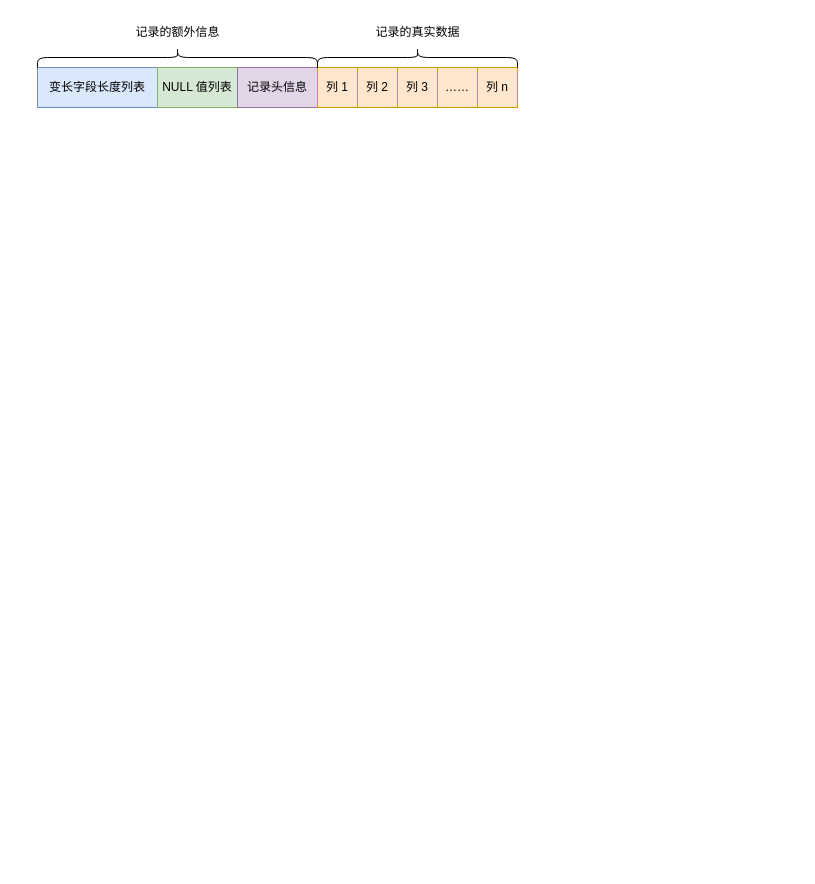
This is InnoDB 的 COMPACT 行格式/InnoDB 的 COMPACT 行格式.drawio from zero-97/picture-of-the-article, a draw.io file, before an edit. Source tidied: cells renumbered, new cells numbered last; positions are measured from the earlier drawing's top-left corner, leaving out a move shared by most shapes. Both pictures are drawn from the tidied source at 100%, with x=0, y=0 at pixel (37, -83).
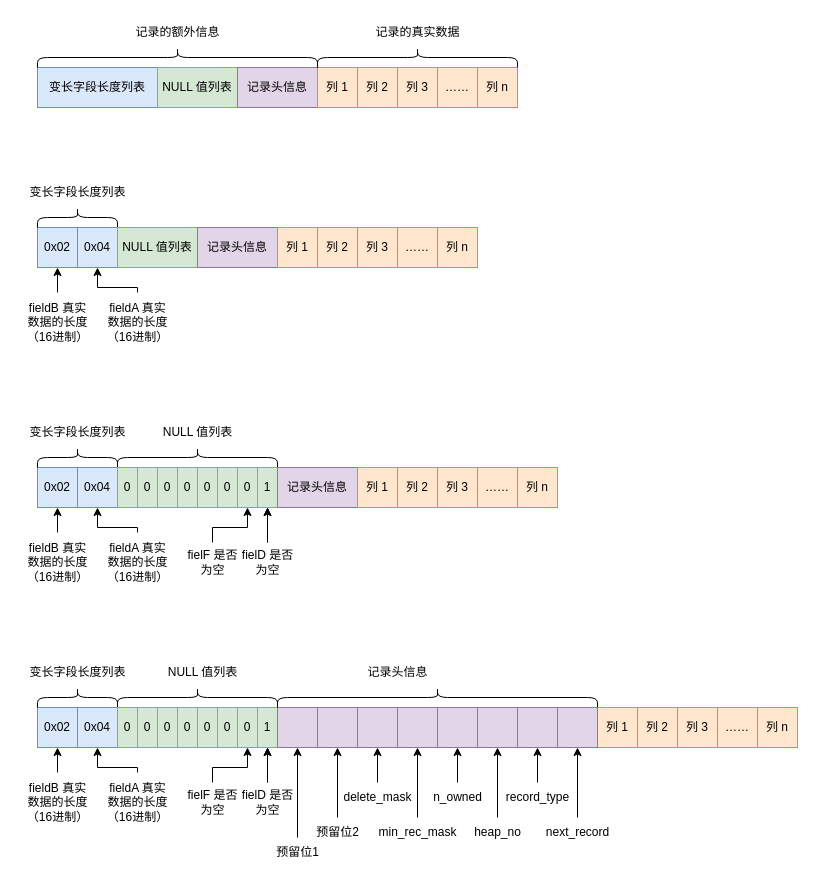
Above is the later version.

The edit, as a diff of the source:
```diff
@@
+    <mxCell id="14" value="0x02" style="rounded=0;whiteSpace=wrap;html=1;fillColor=#dae8fc;strokeColor=#6c8ebf;" parent="1" vertex="1">
+      <mxGeometry y="550" width="40" height="40" as="geometry" />
+    </mxCell>
+    <mxCell id="15" value="0x04" style="rounded=0;whiteSpace=wrap;html=1;fillColor=#dae8fc;strokeColor=#6c8ebf;" parent="1" vertex="1">
+      <mxGeometry x="40" y="550" width="40" height="40" as="geometry" />
+    </mxCell>
+    <mxCell id="16" style="shape=curlyBracket;whiteSpace=wrap;html=1;rounded=1;rotation=90;" parent="1" vertex="1">
+      <mxGeometry x="30" y="500" width="20" height="80" as="geometry" />
+    </mxCell>
+    <mxCell id="17" value="&lt;span style=&quot;&quot;&gt;变长字段长度列表&lt;/span&gt;" style="text;html=1;align=center;verticalAlign=middle;strokeColor=none;fillColor=none;" parent="1" vertex="1">
+      <mxGeometry x="-20" y="500" width="120" height="30" as="geometry" />
+    </mxCell>
+    <mxCell id="18" value="&lt;span style=&quot;&quot;&gt;NULL 值列表&lt;/span&gt;" style="text;html=1;align=center;verticalAlign=middle;strokeColor=none;fillColor=none;" parent="1" vertex="1">
+      <mxGeometry x="115" y="500" width="90" height="30" as="geometry" />
+    </mxCell>
+    <mxCell id="19" style="shape=curlyBracket;whiteSpace=wrap;html=1;rounded=1;rotation=90;" parent="1" vertex="1">
+      <mxGeometry x="150" y="460" width="20" height="160" as="geometry" />
+    </mxCell>
+    <mxCell id="20" value="0" style="rounded=0;whiteSpace=wrap;html=1;fillColor=#d5e8d4;strokeColor=#82b366;" parent="1" vertex="1">
+      <mxGeometry x="80" y="550" width="20" height="40" as="geometry" />
+    </mxCell>
+    <mxCell id="21" value="0" style="rounded=0;whiteSpace=wrap;html=1;fillColor=#d5e8d4;strokeColor=#82b366;" parent="1" vertex="1">
+      <mxGeometry x="100" y="550" width="20" height="40" as="geometry" />
+    </mxCell>
+    <mxCell id="22" value="0" style="rounded=0;whiteSpace=wrap;html=1;fillColor=#d5e8d4;strokeColor=#82b366;" parent="1" vertex="1">
+      <mxGeometry x="120" y="550" width="20" height="40" as="geometry" />
+    </mxCell>
+    <mxCell id="23" value="0" style="rounded=0;whiteSpace=wrap;html=1;fillColor=#d5e8d4;strokeColor=#82b366;" parent="1" vertex="1">
+      <mxGeometry x="140" y="550" width="20" height="40" as="geometry" />
+    </mxCell>
+    <mxCell id="24" value="0" style="rounded=0;whiteSpace=wrap;html=1;fillColor=#d5e8d4;strokeColor=#82b366;" parent="1" vertex="1">
+      <mxGeometry x="160" y="550" width="20" height="40" as="geometry" />
+    </mxCell>
+    <mxCell id="25" value="0" style="rounded=0;whiteSpace=wrap;html=1;fillColor=#d5e8d4;strokeColor=#82b366;" parent="1" vertex="1">
+      <mxGeometry x="180" y="550" width="20" height="40" as="geometry" />
+    </mxCell>
+    <mxCell id="26" value="0" style="rounded=0;whiteSpace=wrap;html=1;fillColor=#d5e8d4;strokeColor=#82b366;" parent="1" vertex="1">
+      <mxGeometry x="200" y="550" width="20" height="40" as="geometry" />
+    </mxCell>
+    <mxCell id="27" value="1" style="rounded=0;whiteSpace=wrap;html=1;fillColor=#d5e8d4;strokeColor=#82b366;" parent="1" vertex="1">
+      <mxGeometry x="220" y="550" width="20" height="40" as="geometry" />
+    </mxCell>
+    <mxCell id="28" style="edgeStyle=orthogonalEdgeStyle;rounded=0;jettySize=auto;html=1;" parent="1" edge="1" source="30" target="27">
+      <mxGeometry relative="1" as="geometry" />
+    </mxCell>
+    <mxCell id="29" style="edgeStyle=orthogonalEdgeStyle;rounded=0;jettySize=auto;html=1;" parent="1" edge="1" source="30" target="27">
+      <mxGeometry relative="1" as="geometry" />
+    </mxCell>
+    <mxCell id="30" value="fielD 是否&lt;br&gt;为空" style="text;html=1;align=center;verticalAlign=middle;points=[];strokeColor=none;fillColor=none;" parent="1" vertex="1">
+      <mxGeometry x="195" y="625" width="70" height="40" as="geometry" />
+    </mxCell>
+    <mxCell id="31" style="edgeStyle=orthogonalEdgeStyle;rounded=0;jettySize=auto;html=1;" parent="1" edge="1" source="32" target="26">
+      <mxGeometry relative="1" as="geometry">
+        <Array as="points">
+          <mxPoint x="175" y="610" />
+          <mxPoint x="210" y="610" />
+        </Array>
+      </mxGeometry>
+    </mxCell>
+    <mxCell id="32" value="fielF 是否&lt;br&gt;为空" style="text;html=1;align=center;verticalAlign=middle;points=[];strokeColor=none;fillColor=none;" parent="1" vertex="1">
+      <mxGeometry x="140" y="625" width="70" height="40" as="geometry" />
+    </mxCell>
+    <mxCell id="33" value="记录头信息" style="rounded=0;whiteSpace=wrap;html=1;fillColor=#e1d5e7;strokeColor=#9673a6;" parent="1" vertex="1">
+      <mxGeometry x="240" y="550" width="80" height="40" as="geometry" />
+    </mxCell>
+    <mxCell id="34" value="列 1" style="rounded=0;whiteSpace=wrap;html=1;fillColor=#ffe6cc;strokeColor=#d79b00;" parent="1" vertex="1">
+      <mxGeometry x="320" y="550" width="40" height="40" as="geometry" />
+    </mxCell>
+    <mxCell id="35" value="列 2" style="rounded=0;whiteSpace=wrap;html=1;fillColor=#ffe6cc;strokeColor=#d79b00;" parent="1" vertex="1">
+      <mxGeometry x="360" y="550" width="40" height="40" as="geometry" />
+    </mxCell>
+    <mxCell id="36" value="列 3" style="rounded=0;whiteSpace=wrap;html=1;fillColor=#ffe6cc;strokeColor=#d79b00;" parent="1" vertex="1">
+      <mxGeometry x="400" y="550" width="40" height="40" as="geometry" />
+    </mxCell>
+    <mxCell id="37" value="……" style="rounded=0;whiteSpace=wrap;html=1;fillColor=#ffe6cc;strokeColor=#d79b00;" parent="1" vertex="1">
+      <mxGeometry x="440" y="550" width="40" height="40" as="geometry" />
+    </mxCell>
+    <mxCell id="38" value="列 n" style="rounded=0;whiteSpace=wrap;html=1;fillColor=#ffe6cc;strokeColor=#d79b00;" parent="1" vertex="1">
+      <mxGeometry x="480" y="550" width="40" height="40" as="geometry" />
+    </mxCell>
+    <mxCell id="39" style="edgeStyle=orthogonalEdgeStyle;rounded=0;jettySize=auto;html=1;entryX=0.5;entryY=1;entryDx=0;entryDy=0;" parent="1" edge="1" source="40" target="15">
+      <mxGeometry relative="1" as="geometry">
+        <Array as="points">
+          <mxPoint x="100" y="610" />
+          <mxPoint x="60" y="610" />
+        </Array>
+      </mxGeometry>
+    </mxCell>
+    <mxCell id="40" value="&lt;span style=&quot;&quot;&gt;fieldA 真实&lt;br&gt;数据的长度&lt;br&gt;（16进制）&lt;br&gt;&lt;/span&gt;" style="text;html=1;align=center;verticalAlign=middle;points=[];strokeColor=none;fillColor=none;" parent="1" vertex="1">
+      <mxGeometry x="60" y="615" width="80" height="60" as="geometry" />
+    </mxCell>
+    <mxCell id="41" style="edgeStyle=orthogonalEdgeStyle;rounded=0;jettySize=auto;html=1;entryX=0.5;entryY=1;entryDx=0;entryDy=0;" parent="1" edge="1" source="42" target="14">
+      <mxGeometry relative="1" as="geometry" />
+    </mxCell>
+    <mxCell id="42" value="&lt;span style=&quot;&quot;&gt;fieldB 真实&lt;br&gt;数据的长度&lt;br&gt;（16进制）&lt;br&gt;&lt;/span&gt;" style="text;html=1;align=center;verticalAlign=middle;points=[];strokeColor=none;fillColor=none;" parent="1" vertex="1">
+      <mxGeometry x="-20" y="615" width="80" height="60" as="geometry" />
+    </mxCell>
+    <mxCell id="43" value="0x02" style="rounded=0;whiteSpace=wrap;html=1;fillColor=#dae8fc;strokeColor=#6c8ebf;" parent="1" vertex="1">
+      <mxGeometry y="310" width="40" height="40" as="geometry" />
+    </mxCell>
+    <mxCell id="44" value="0x04" style="rounded=0;whiteSpace=wrap;html=1;fillColor=#dae8fc;strokeColor=#6c8ebf;" parent="1" vertex="1">
+      <mxGeometry x="40" y="310" width="40" height="40" as="geometry" />
+    </mxCell>
+    <mxCell id="45" style="shape=curlyBracket;whiteSpace=wrap;html=1;rounded=1;rotation=90;" parent="1" vertex="1">
+      <mxGeometry x="30" y="260" width="20" height="80" as="geometry" />
+    </mxCell>
+    <mxCell id="46" value="&lt;span style=&quot;&quot;&gt;变长字段长度列表&lt;/span&gt;" style="text;html=1;align=center;verticalAlign=middle;strokeColor=none;fillColor=none;" parent="1" vertex="1">
+      <mxGeometry x="-20" y="260" width="120" height="30" as="geometry" />
+    </mxCell>
+    <mxCell id="47" style="edgeStyle=orthogonalEdgeStyle;rounded=0;jettySize=auto;html=1;entryX=0.5;entryY=1;entryDx=0;entryDy=0;" parent="1" edge="1" source="50" target="44">
+      <mxGeometry relative="1" as="geometry">
+        <Array as="points">
+          <mxPoint x="100" y="370" />
+          <mxPoint x="60" y="370" />
+        </Array>
+      </mxGeometry>
+    </mxCell>
+    <mxCell id="48" style="edgeStyle=orthogonalEdgeStyle;rounded=0;jettySize=auto;html=1;entryX=0.5;entryY=1;entryDx=0;entryDy=0;" parent="1" edge="1" source="49" target="43">
+      <mxGeometry relative="1" as="geometry" />
+    </mxCell>
+    <mxCell id="49" value="&lt;span style=&quot;&quot;&gt;fieldB 真实&lt;br&gt;数据的长度&lt;br&gt;（16进制）&lt;br&gt;&lt;/span&gt;" style="text;html=1;align=center;verticalAlign=middle;points=[];strokeColor=none;fillColor=none;" parent="1" vertex="1">
+      <mxGeometry x="-20" y="375" width="80" height="60" as="geometry" />
+    </mxCell>
+    <mxCell id="50" value="&lt;span style=&quot;&quot;&gt;fieldA 真实&lt;br&gt;数据的长度&lt;br&gt;（16进制）&lt;br&gt;&lt;/span&gt;" style="text;html=1;align=center;verticalAlign=middle;points=[];strokeColor=none;fillColor=none;" parent="1" vertex="1">
+      <mxGeometry x="60" y="375" width="80" height="60" as="geometry" />
+    </mxCell>
+    <mxCell id="51" value="NULL 值列表" style="rounded=0;whiteSpace=wrap;html=1;fillColor=#d5e8d4;strokeColor=#82b366;" parent="1" vertex="1">
+      <mxGeometry x="80" y="310" width="80" height="40" as="geometry" />
+    </mxCell>
+    <mxCell id="52" value="记录头信息" style="rounded=0;whiteSpace=wrap;html=1;fillColor=#e1d5e7;strokeColor=#9673a6;" parent="1" vertex="1">
+      <mxGeometry x="160" y="310" width="80" height="40" as="geometry" />
+    </mxCell>
+    <mxCell id="53" value="列 1" style="rounded=0;whiteSpace=wrap;html=1;fillColor=#ffe6cc;strokeColor=#d79b00;" parent="1" vertex="1">
+      <mxGeometry x="240" y="310" width="40" height="40" as="geometry" />
+    </mxCell>
+    <mxCell id="54" value="列 2" style="rounded=0;whiteSpace=wrap;html=1;fillColor=#ffe6cc;strokeColor=#d79b00;" parent="1" vertex="1">
+      <mxGeometry x="280" y="310" width="40" height="40" as="geometry" />
+    </mxCell>
+    <mxCell id="55" value="列 3" style="rounded=0;whiteSpace=wrap;html=1;fillColor=#ffe6cc;strokeColor=#d79b00;" parent="1" vertex="1">
+      <mxGeometry x="320" y="310" width="40" height="40" as="geometry" />
+    </mxCell>
+    <mxCell id="56" value="……" style="rounded=0;whiteSpace=wrap;html=1;fillColor=#ffe6cc;strokeColor=#d79b00;" parent="1" vertex="1">
+      <mxGeometry x="360" y="310" width="40" height="40" as="geometry" />
+    </mxCell>
+    <mxCell id="57" value="列 n" style="rounded=0;whiteSpace=wrap;html=1;fillColor=#ffe6cc;strokeColor=#d79b00;" parent="1" vertex="1">
+      <mxGeometry x="400" y="310" width="40" height="40" as="geometry" />
+    </mxCell>
+    <mxCell id="58" value="0x02" style="rounded=0;whiteSpace=wrap;html=1;fillColor=#dae8fc;strokeColor=#6c8ebf;" parent="1" vertex="1">
+      <mxGeometry y="790" width="40" height="40" as="geometry" />
+    </mxCell>
+    <mxCell id="59" value="0x04" style="rounded=0;whiteSpace=wrap;html=1;fillColor=#dae8fc;strokeColor=#6c8ebf;" parent="1" vertex="1">
+      <mxGeometry x="40" y="790" width="40" height="40" as="geometry" />
+    </mxCell>
+    <mxCell id="60" style="shape=curlyBracket;whiteSpace=wrap;html=1;rounded=1;rotation=90;" parent="1" vertex="1">
+      <mxGeometry x="30" y="740" width="20" height="80" as="geometry" />
+    </mxCell>
+    <mxCell id="61" style="shape=curlyBracket;whiteSpace=wrap;html=1;rounded=1;rotation=90;" parent="1" vertex="1">
+      <mxGeometry x="150" y="700" width="20" height="160" as="geometry" />
+    </mxCell>
+    <mxCell id="62" value="0" style="rounded=0;whiteSpace=wrap;html=1;fillColor=#d5e8d4;strokeColor=#82b366;" parent="1" vertex="1">
+      <mxGeometry x="80" y="790" width="20" height="40" as="geometry" />
+    </mxCell>
+    <mxCell id="63" value="0" style="rounded=0;whiteSpace=wrap;html=1;fillColor=#d5e8d4;strokeColor=#82b366;" parent="1" vertex="1">
+      <mxGeometry x="100" y="790" width="20" height="40" as="geometry" />
+    </mxCell>
+    <mxCell id="64" value="0" style="rounded=0;whiteSpace=wrap;html=1;fillColor=#d5e8d4;strokeColor=#82b366;" parent="1" vertex="1">
+      <mxGeometry x="120" y="790" width="20" height="40" as="geometry" />
+    </mxCell>
+    <mxCell id="65" value="0" style="rounded=0;whiteSpace=wrap;html=1;fillColor=#d5e8d4;strokeColor=#82b366;" parent="1" vertex="1">
+      <mxGeometry x="140" y="790" width="20" height="40" as="geometry" />
+    </mxCell>
+    <mxCell id="66" value="0" style="rounded=0;whiteSpace=wrap;html=1;fillColor=#d5e8d4;strokeColor=#82b366;" parent="1" vertex="1">
+      <mxGeometry x="160" y="790" width="20" height="40" as="geometry" />
+    </mxCell>
+    <mxCell id="67" value="0" style="rounded=0;whiteSpace=wrap;html=1;fillColor=#d5e8d4;strokeColor=#82b366;" parent="1" vertex="1">
+      <mxGeometry x="180" y="790" width="20" height="40" as="geometry" />
+    </mxCell>
+    <mxCell id="68" value="0" style="rounded=0;whiteSpace=wrap;html=1;fillColor=#d5e8d4;strokeColor=#82b366;" parent="1" vertex="1">
+      <mxGeometry x="200" y="790" width="20" height="40" as="geometry" />
+    </mxCell>
+    <mxCell id="69" value="1" style="rounded=0;whiteSpace=wrap;html=1;fillColor=#d5e8d4;strokeColor=#82b366;" parent="1" vertex="1">
+      <mxGeometry x="220" y="790" width="20" height="40" as="geometry" />
+    </mxCell>
+    <mxCell id="70" style="edgeStyle=orthogonalEdgeStyle;rounded=0;jettySize=auto;html=1;" parent="1" edge="1" source="72" target="69">
+      <mxGeometry relative="1" as="geometry" />
+    </mxCell>
+    <mxCell id="71" style="edgeStyle=orthogonalEdgeStyle;rounded=0;jettySize=auto;html=1;" parent="1" edge="1" source="72" target="69">
+      <mxGeometry relative="1" as="geometry" />
+    </mxCell>
+    <mxCell id="72" value="fielD 是否&lt;br&gt;为空" style="text;html=1;align=center;verticalAlign=middle;points=[];strokeColor=none;fillColor=none;" parent="1" vertex="1">
+      <mxGeometry x="195" y="865" width="70" height="40" as="geometry" />
+    </mxCell>
+    <mxCell id="73" style="edgeStyle=orthogonalEdgeStyle;rounded=0;jettySize=auto;html=1;" parent="1" edge="1" source="74" target="68">
+      <mxGeometry relative="1" as="geometry">
+        <Array as="points">
+          <mxPoint x="175" y="850" />
+          <mxPoint x="210" y="850" />
+        </Array>
+      </mxGeometry>
+    </mxCell>
+    <mxCell id="74" value="fielF 是否&lt;br&gt;为空" style="text;html=1;align=center;verticalAlign=middle;points=[];strokeColor=none;fillColor=none;" parent="1" vertex="1">
+      <mxGeometry x="140" y="865" width="70" height="40" as="geometry" />
+    </mxCell>
+    <mxCell id="75" style="rounded=0;whiteSpace=wrap;html=1;fillColor=#e1d5e7;strokeColor=#9673a6;" parent="1" vertex="1">
+      <mxGeometry x="240" y="790" width="40" height="40" as="geometry" />
+    </mxCell>
+    <mxCell id="76" value="列 1" style="rounded=0;whiteSpace=wrap;html=1;fillColor=#ffe6cc;strokeColor=#d79b00;" parent="1" vertex="1">
+      <mxGeometry x="560" y="790" width="40" height="40" as="geometry" />
+    </mxCell>
+    <mxCell id="77" value="列 2" style="rounded=0;whiteSpace=wrap;html=1;fillColor=#ffe6cc;strokeColor=#d79b00;" parent="1" vertex="1">
+      <mxGeometry x="600" y="790" width="40" height="40" as="geometry" />
+    </mxCell>
+    <mxCell id="78" value="列 3" style="rounded=0;whiteSpace=wrap;html=1;fillColor=#ffe6cc;strokeColor=#d79b00;" parent="1" vertex="1">
+      <mxGeometry x="640" y="790" width="40" height="40" as="geometry" />
+    </mxCell>
+    <mxCell id="79" value="……" style="rounded=0;whiteSpace=wrap;html=1;fillColor=#ffe6cc;strokeColor=#d79b00;" parent="1" vertex="1">
+      <mxGeometry x="680" y="790" width="40" height="40" as="geometry" />
+    </mxCell>
+    <mxCell id="80" value="列 n" style="rounded=0;whiteSpace=wrap;html=1;fillColor=#ffe6cc;strokeColor=#d79b00;" parent="1" vertex="1">
+      <mxGeometry x="720" y="790" width="40" height="40" as="geometry" />
+    </mxCell>
+    <mxCell id="81" style="edgeStyle=orthogonalEdgeStyle;rounded=0;jettySize=auto;html=1;entryX=0.5;entryY=1;entryDx=0;entryDy=0;" parent="1" edge="1" source="82" target="59">
+      <mxGeometry relative="1" as="geometry">
+        <Array as="points">
+          <mxPoint x="100" y="850" />
+          <mxPoint x="60" y="850" />
+        </Array>
+      </mxGeometry>
+    </mxCell>
+    <mxCell id="82" value="&lt;span style=&quot;&quot;&gt;fieldA 真实&lt;br&gt;数据的长度&lt;br&gt;（16进制）&lt;br&gt;&lt;/span&gt;" style="text;html=1;align=center;verticalAlign=middle;points=[];strokeColor=none;fillColor=none;" parent="1" vertex="1">
+      <mxGeometry x="60" y="855" width="80" height="60" as="geometry" />
+    </mxCell>
+    <mxCell id="83" style="edgeStyle=orthogonalEdgeStyle;rounded=0;jettySize=auto;html=1;entryX=0.5;entryY=1;entryDx=0;entryDy=0;" parent="1" edge="1" source="84" target="58">
+      <mxGeometry relative="1" as="geometry" />
+    </mxCell>
+    <mxCell id="84" value="&lt;span style=&quot;&quot;&gt;fieldB 真实&lt;br&gt;数据的长度&lt;br&gt;（16进制）&lt;br&gt;&lt;/span&gt;" style="text;html=1;align=center;verticalAlign=middle;points=[];strokeColor=none;fillColor=none;" parent="1" vertex="1">
+      <mxGeometry x="-20" y="855" width="80" height="60" as="geometry" />
+    </mxCell>
+    <mxCell id="85" value="&lt;span style=&quot;&quot;&gt;变长字段长度列表&lt;/span&gt;" style="text;html=1;align=center;verticalAlign=middle;strokeColor=none;fillColor=none;" parent="1" vertex="1">
+      <mxGeometry x="-20" y="740" width="120" height="30" as="geometry" />
+    </mxCell>
+    <mxCell id="86" value="&lt;span style=&quot;&quot;&gt;NULL 值列表&lt;/span&gt;" style="text;html=1;align=center;verticalAlign=middle;strokeColor=none;fillColor=none;" parent="1" vertex="1">
+      <mxGeometry x="120" y="740" width="90" height="30" as="geometry" />
+    </mxCell>
+    <mxCell id="87" style="shape=curlyBracket;whiteSpace=wrap;html=1;rounded=1;rotation=90;" parent="1" vertex="1">
+      <mxGeometry x="390" y="620" width="20" height="320" as="geometry" />
+    </mxCell>
+    <mxCell id="88" value="&lt;span style=&quot;&quot;&gt;记录头信息&lt;/span&gt;" style="text;html=1;align=center;verticalAlign=middle;strokeColor=none;fillColor=none;" parent="1" vertex="1">
+      <mxGeometry x="320" y="740" width="80" height="30" as="geometry" />
+    </mxCell>
+    <mxCell id="89" style="edgeStyle=orthogonalEdgeStyle;rounded=0;jettySize=auto;html=1;entryX=0.5;entryY=1;entryDx=0;entryDy=0;" parent="1" edge="1" source="90" target="75">
+      <mxGeometry relative="1" as="geometry" />
+    </mxCell>
+    <mxCell id="90" value="预留位1" style="text;html=1;align=center;verticalAlign=middle;points=[];strokeColor=none;fillColor=none;" parent="1" vertex="1">
+      <mxGeometry x="225" y="920" width="70" height="30" as="geometry" />
+    </mxCell>
+    <mxCell id="91" style="rounded=0;whiteSpace=wrap;html=1;fillColor=#e1d5e7;strokeColor=#9673a6;" parent="1" vertex="1">
+      <mxGeometry x="280" y="790" width="40" height="40" as="geometry" />
+    </mxCell>
+    <mxCell id="92" style="rounded=0;whiteSpace=wrap;html=1;fillColor=#e1d5e7;strokeColor=#9673a6;" parent="1" vertex="1">
+      <mxGeometry x="320" y="790" width="40" height="40" as="geometry" />
+    </mxCell>
+    <mxCell id="93" style="rounded=0;whiteSpace=wrap;html=1;fillColor=#e1d5e7;strokeColor=#9673a6;" parent="1" vertex="1">
+      <mxGeometry x="360" y="790" width="40" height="40" as="geometry" />
+    </mxCell>
+    <mxCell id="94" style="rounded=0;whiteSpace=wrap;html=1;fillColor=#e1d5e7;strokeColor=#9673a6;" parent="1" vertex="1">
+      <mxGeometry x="400" y="790" width="40" height="40" as="geometry" />
+    </mxCell>
+    <mxCell id="95" style="rounded=0;whiteSpace=wrap;html=1;fillColor=#e1d5e7;strokeColor=#9673a6;" parent="1" vertex="1">
+      <mxGeometry x="440" y="790" width="40" height="40" as="geometry" />
+    </mxCell>
+    <mxCell id="96" style="rounded=0;whiteSpace=wrap;html=1;fillColor=#e1d5e7;strokeColor=#9673a6;" parent="1" vertex="1">
+      <mxGeometry x="480" y="790" width="40" height="40" as="geometry" />
+    </mxCell>
+    <mxCell id="97" style="rounded=0;whiteSpace=wrap;html=1;fillColor=#e1d5e7;strokeColor=#9673a6;" parent="1" vertex="1">
+      <mxGeometry x="520" y="790" width="40" height="40" as="geometry" />
+    </mxCell>
+    <mxCell id="98" style="edgeStyle=orthogonalEdgeStyle;rounded=0;jettySize=auto;html=1;entryX=0.5;entryY=1;entryDx=0;entryDy=0;" parent="1" edge="1" source="99" target="97">
+      <mxGeometry relative="1" as="geometry" />
+    </mxCell>
+    <mxCell id="99" value="next_record" style="text;html=1;align=center;verticalAlign=middle;points=[];strokeColor=none;fillColor=none;" parent="1" vertex="1">
+      <mxGeometry x="495" y="900" width="90" height="30" as="geometry" />
+    </mxCell>
+    <mxCell id="100" style="edgeStyle=orthogonalEdgeStyle;rounded=0;jettySize=auto;html=1;entryX=0.5;entryY=1;entryDx=0;entryDy=0;" parent="1" edge="1" source="101" target="96">
+      <mxGeometry relative="1" as="geometry" />
+    </mxCell>
+    <mxCell id="101" value="record_type" style="text;html=1;align=center;verticalAlign=middle;points=[];strokeColor=none;fillColor=none;" parent="1" vertex="1">
+      <mxGeometry x="455" y="865" width="90" height="30" as="geometry" />
+    </mxCell>
+    <mxCell id="102" style="edgeStyle=orthogonalEdgeStyle;rounded=0;jettySize=auto;html=1;entryX=0.5;entryY=1;entryDx=0;entryDy=0;" parent="1" edge="1" source="103" target="95">
+      <mxGeometry relative="1" as="geometry" />
+    </mxCell>
+    <mxCell id="103" value="heap_no" style="text;html=1;align=center;verticalAlign=middle;points=[];strokeColor=none;fillColor=none;" parent="1" vertex="1">
+      <mxGeometry x="425" y="900" width="70" height="30" as="geometry" />
+    </mxCell>
+    <mxCell id="104" style="edgeStyle=orthogonalEdgeStyle;rounded=0;jettySize=auto;html=1;entryX=0.5;entryY=1;entryDx=0;entryDy=0;" parent="1" edge="1" source="105" target="94">
+      <mxGeometry relative="1" as="geometry" />
+    </mxCell>
+    <mxCell id="105" value="n_owned" style="text;html=1;align=center;verticalAlign=middle;points=[];strokeColor=none;fillColor=none;" parent="1" vertex="1">
+      <mxGeometry x="385" y="865" width="70" height="30" as="geometry" />
+    </mxCell>
+    <mxCell id="106" style="edgeStyle=orthogonalEdgeStyle;rounded=0;jettySize=auto;html=1;entryX=0.5;entryY=1;entryDx=0;entryDy=0;" parent="1" edge="1" source="107" target="93">
+      <mxGeometry relative="1" as="geometry" />
+    </mxCell>
+    <mxCell id="107" value="min_rec_mask" style="text;html=1;align=center;verticalAlign=middle;points=[];strokeColor=none;fillColor=none;" parent="1" vertex="1">
+      <mxGeometry x="330" y="900" width="100" height="30" as="geometry" />
+    </mxCell>
+    <mxCell id="108" style="edgeStyle=orthogonalEdgeStyle;rounded=0;jettySize=auto;html=1;entryX=0.5;entryY=1;entryDx=0;entryDy=0;" parent="1" edge="1" source="109" target="92">
+      <mxGeometry relative="1" as="geometry" />
+    </mxCell>
+    <mxCell id="109" value="delete_mask" style="text;html=1;align=center;verticalAlign=middle;points=[];strokeColor=none;fillColor=none;" parent="1" vertex="1">
+      <mxGeometry x="295" y="865" width="90" height="30" as="geometry" />
+    </mxCell>
+    <mxCell id="110" style="edgeStyle=orthogonalEdgeStyle;rounded=0;jettySize=auto;html=1;entryX=0.5;entryY=1;entryDx=0;entryDy=0;" parent="1" edge="1" source="111" target="91">
+      <mxGeometry relative="1" as="geometry" />
+    </mxCell>
+    <mxCell id="111" value="预留位2" style="text;html=1;align=center;verticalAlign=middle;points=[];strokeColor=none;fillColor=none;" parent="1" vertex="1">
+      <mxGeometry x="265" y="900" width="70" height="30" as="geometry" />
+    </mxCell>
```
